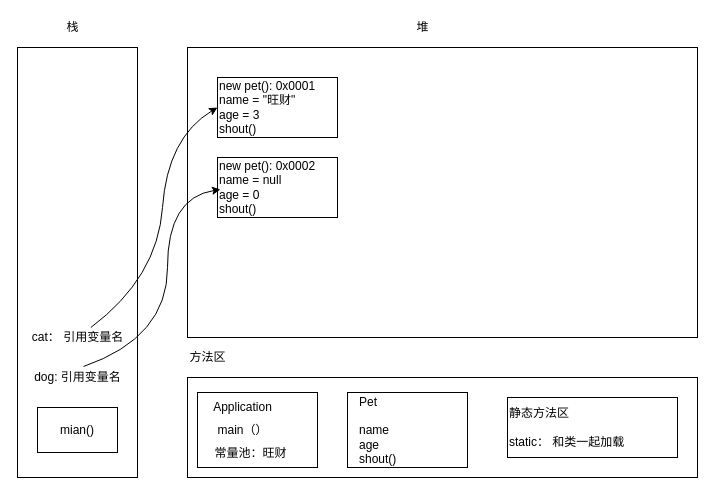
Earlier version of the draw.io diagram 创建对象内存解析.drawio (Sequin-hdd/COINFO). Source tidied: cells renumbered, new cells numbered last; positions are measured from the earlier drawing's top-left corner, leaving out a move shared by most shapes. Both pictures are drawn from the tidied source at 100%, with x=0, y=0 at pixel (17, 17).
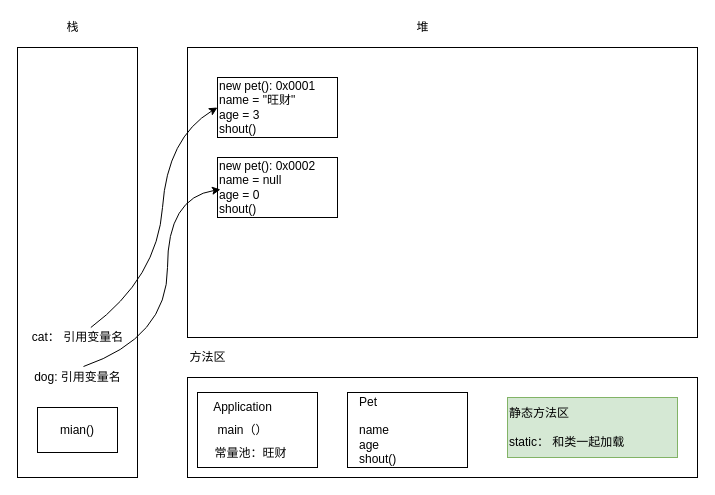
The same diagram, later.

Commit message (it also covers changes not shown here):
更新创建对象内存解析.drawio

Diff of the diagram source:
```diff
@@
-    <mxCell id="17" value="静态方法区&lt;br&gt;&lt;br&gt;static： 和类一起加载" style="rounded=0;whiteSpace=wrap;html=1;align=left;" parent="1" vertex="1">
+    <mxCell id="17" value="静态方法区&lt;br&gt;&lt;br&gt;static： 和类一起加载" style="rounded=0;whiteSpace=wrap;html=1;align=left;labelBackgroundColor=none;fillColor=#d5e8d4;strokeColor=#82b366;" parent="1" vertex="1">
       <mxGeometry x="490" y="380" width="170" height="60" as="geometry" />
     </mxCell>
```
